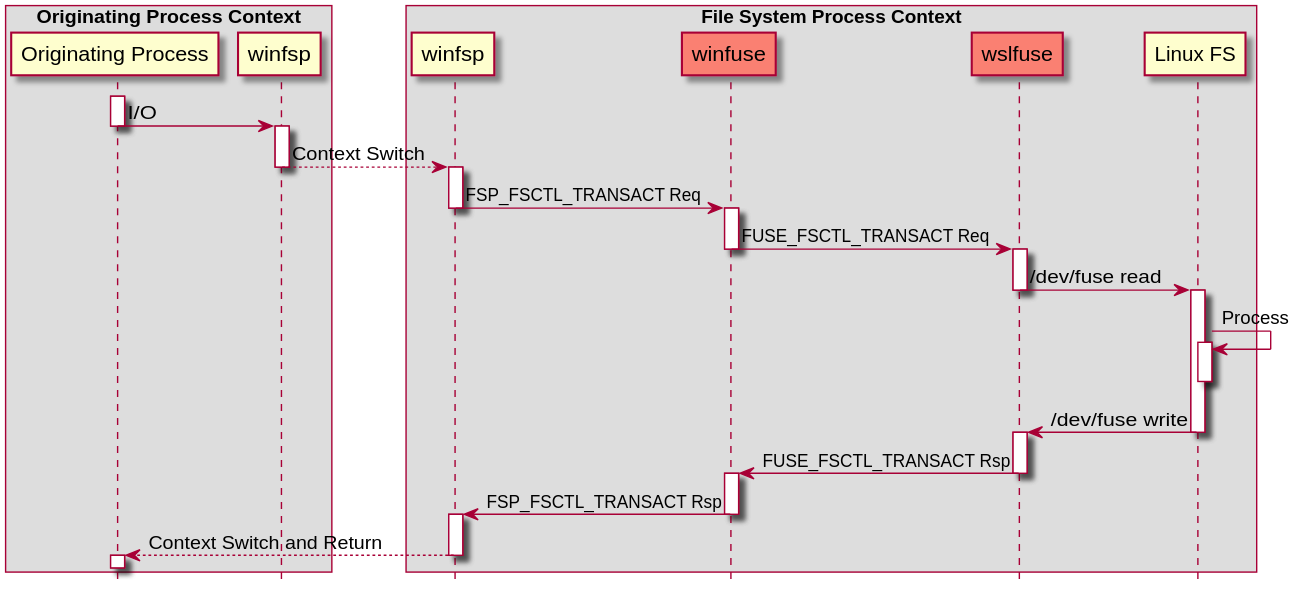
This is doc/wslseq.svg from billziss-gh/winfuse, a PlantUML export, as it was before one commit.
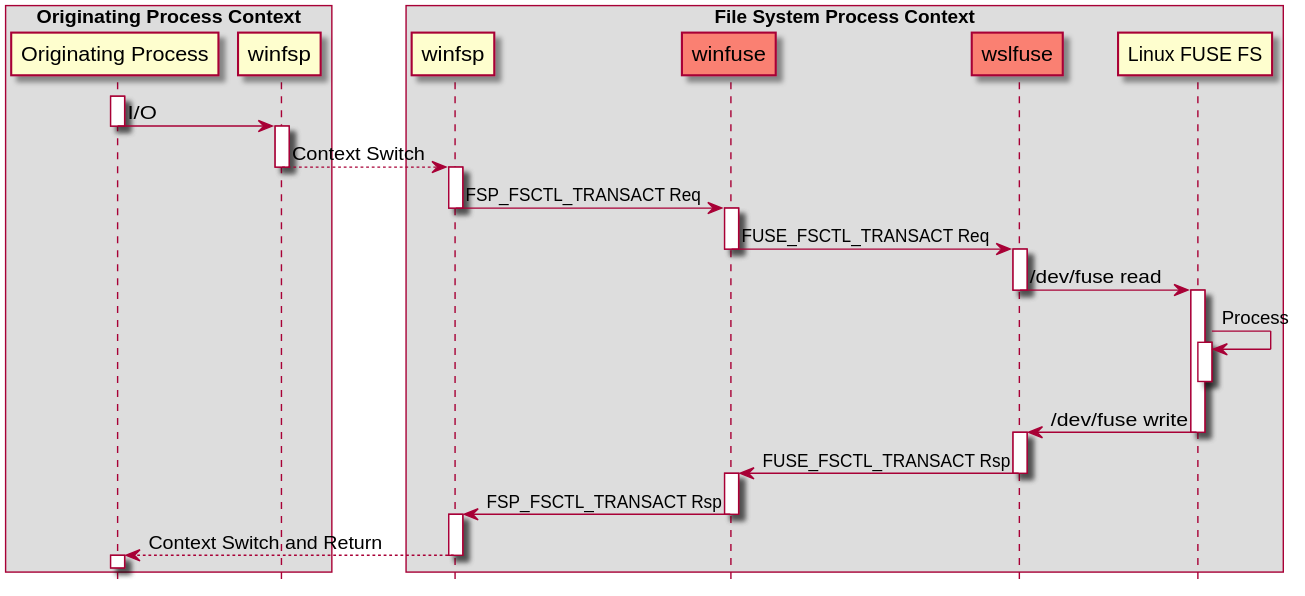
After the change.

Diff of the diagram source:
```diff
@@ -9,7 +9,7 @@
     participant "winfsp" as winfspFS
     participant winfuse #Salmon
     participant wslfuse #Salmon
-    participant "Linux FS" as FS
+    participant "Linux FUSE FS" as FS
 end box
 
 activate OP
```
